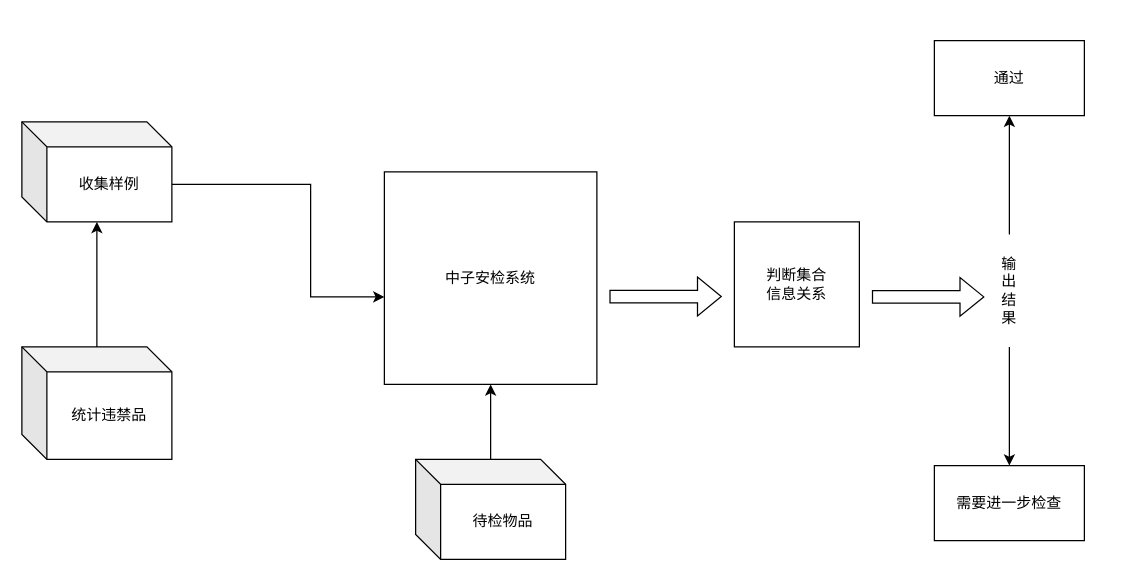
Before: 安检流程.drawio in NuaaMtz/github-, a draw.io diagram. Source tidied: cells renumbered, new cells numbered last; positions are measured from the earlier drawing's top-left corner, leaving out a move shared by most shapes. Both pictures are drawn from the tidied source at 125%, with x=0, y=0 at pixel (21, 40).
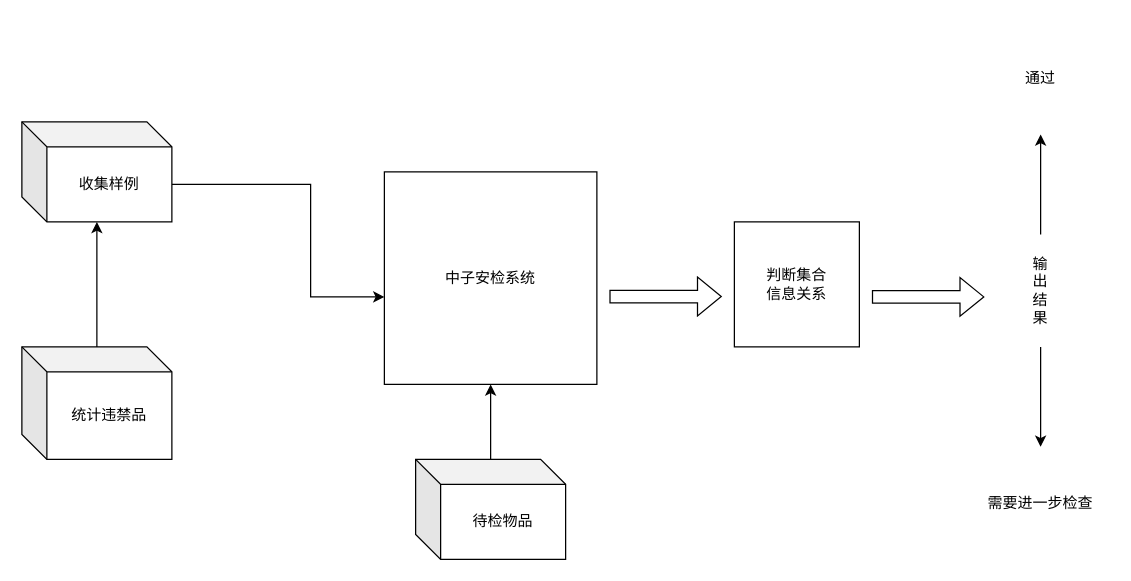
The same page after the edit.

Diff of the diagram source:
```diff
@@
     <mxCell id="14" value="输&lt;br&gt;出&lt;br&gt;结&lt;br&gt;果" style="text;html=1;strokeColor=none;fillColor=none;align=center;verticalAlign=middle;whiteSpace=wrap;rounded=0;" parent="1" vertex="1">
-      <mxGeometry x="760" y="155" width="60" height="90" as="geometry" />
+      <mxGeometry x="760" y="155" width="110" height="90" as="geometry" />
     </mxCell>
-    <mxCell id="15" value="通过" style="whiteSpace=wrap;html=1;" parent="1" vertex="1">
-      <mxGeometry x="730" width="120" height="60" as="geometry" />
+    <mxCell id="15" value="通过" style="text;html=1;strokeColor=none;fillColor=none;align=center;verticalAlign=middle;whiteSpace=wrap;rounded=0;" parent="1" vertex="1">
+      <mxGeometry x="760" y="-15" width="110" height="90" as="geometry" />
     </mxCell>
-    <mxCell id="16" value="需要进一步检查" style="whiteSpace=wrap;html=1;" parent="1" vertex="1">
-      <mxGeometry x="730" y="340" width="120" height="60" as="geometry" />
+    <mxCell id="16" value="需要进一步检查" style="text;html=1;strokeColor=none;fillColor=none;align=center;verticalAlign=middle;whiteSpace=wrap;rounded=0;" parent="1" vertex="1">
+      <mxGeometry x="760" y="325" width="110" height="90" as="geometry" />
     </mxCell>
```
